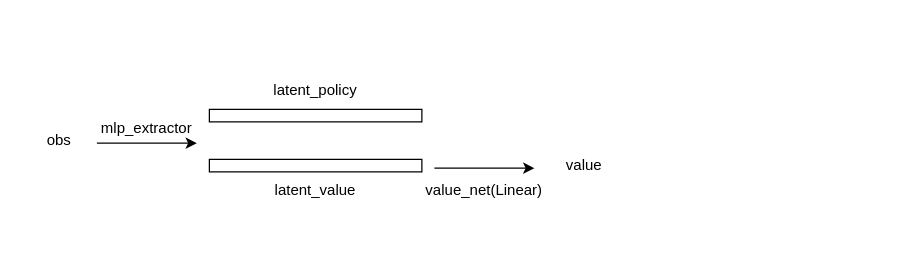
The draw.io diagram ppo.drawio in Reynoll/Repository, before the edit. Source tidied: cells renumbered, new cells numbered last; positions are measured from the earlier drawing's top-left corner, leaving out a move shared by most shapes. Both pictures are drawn from the tidied source at 125%, with x=0, y=0 at pixel (21, 71).
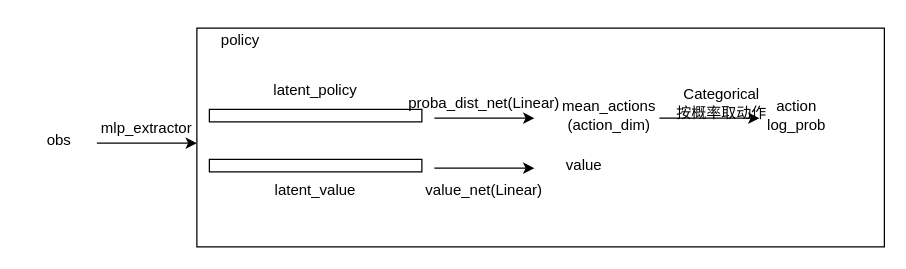
The same diagram, later.

The edit, as a diff of the source:
```diff
@@
+    <mxCell id="12" style="rounded=0;whiteSpace=wrap;html=1;" parent="1" vertex="1">
+      <mxGeometry x="140" y="-35" width="550" height="175" as="geometry" />
+    </mxCell>
@@
+    <mxCell id="13" style="endArrow=classic;html=1;rounded=0;" parent="1" edge="1">
+      <mxGeometry relative="1" as="geometry">
+        <mxPoint x="330" y="37" as="sourcePoint" />
+        <mxPoint x="410" y="37" as="targetPoint" />
+      </mxGeometry>
+    </mxCell>
+    <mxCell id="14" value="proba_dist_net(Linear)" style="text;strokeColor=none;align=center;fillColor=none;html=1;verticalAlign=middle;whiteSpace=wrap;rounded=0;" parent="1" vertex="1">
+      <mxGeometry x="340" y="10" width="60" height="30" as="geometry" />
+    </mxCell>
+    <mxCell id="15" value="mean_actions&lt;br&gt;(action_dim)" style="text;strokeColor=none;align=center;fillColor=none;html=1;verticalAlign=middle;whiteSpace=wrap;rounded=0;" parent="1" vertex="1">
+      <mxGeometry x="440" y="20" width="60" height="30" as="geometry" />
+    </mxCell>
+    <mxCell id="16" style="endArrow=classic;html=1;rounded=0;" parent="1" edge="1">
+      <mxGeometry relative="1" as="geometry">
+        <mxPoint x="510" y="37" as="sourcePoint" />
+        <mxPoint x="590" y="37" as="targetPoint" />
+      </mxGeometry>
+    </mxCell>
+    <mxCell id="17" value="Categorical&lt;br&gt;按概率取动作" style="text;strokeColor=none;align=center;fillColor=none;html=1;verticalAlign=middle;whiteSpace=wrap;rounded=0;" parent="1" vertex="1">
+      <mxGeometry x="520" y="10" width="80" height="30" as="geometry" />
+    </mxCell>
+    <mxCell id="18" value="action&lt;br&gt;log_prob" style="text;strokeColor=none;align=center;fillColor=none;html=1;verticalAlign=middle;whiteSpace=wrap;rounded=0;" parent="1" vertex="1">
+      <mxGeometry x="590" y="20" width="60" height="30" as="geometry" />
+    </mxCell>
+    <mxCell id="19" value="policy" style="text;strokeColor=none;align=center;fillColor=none;html=1;verticalAlign=middle;whiteSpace=wrap;rounded=0;" parent="1" vertex="1">
+      <mxGeometry x="145" y="-40" width="60" height="30" as="geometry" />
+    </mxCell>
```
